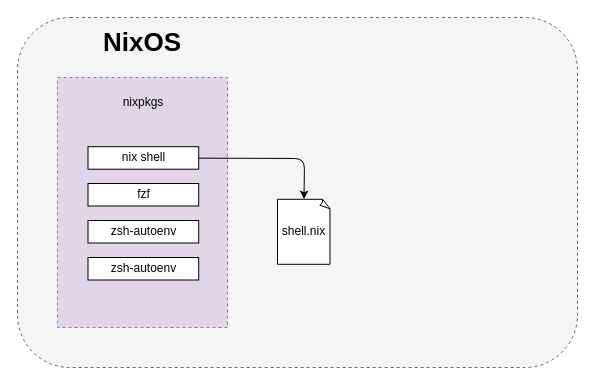
This is posts/coder-and-nix/static/nix_tooling.drawio from coder/blogs, a draw.io file, before an edit. Source tidied: cells renumbered, new cells numbered last; positions are measured from the earlier drawing's top-left corner, leaving out a move shared by most shapes. Both pictures are drawn from the tidied source at 100%, with x=0, y=0 at pixel (17, 17).
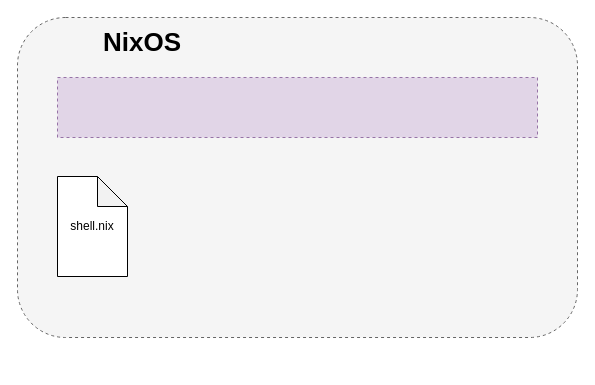
The same diagram, later.

Diff of the diagram source:
```diff
@@
 <mxGraphModel>
   <root>
     <mxCell id="0" />
     <mxCell id="1" parent="0" />
     <mxCell id="2" style="rounded=1;whiteSpace=wrap;html=1;dashed=1;fillColor=#f5f5f5;fontColor=#333333;strokeColor=#666666;" parent="1" vertex="1">
-      <mxGeometry width="560" height="350" as="geometry" />
+      <mxGeometry width="560" height="320" as="geometry" />
     </mxCell>
-    <mxCell id="3" style="group;rounded=1;" parent="1" vertex="1">
-      <mxGeometry x="40" y="60" width="170" height="250" as="geometry" />
-    </mxCell>
-    <mxCell id="4" style="rounded=0;whiteSpace=wrap;html=1;fillColor=#e1d5e7;strokeColor=#9673a6;dashed=1;" parent="3" vertex="1">
-      <mxGeometry width="170" height="250" as="geometry" />
+    <mxCell id="4" style="rounded=0;whiteSpace=wrap;html=1;fillColor=#e1d5e7;strokeColor=#9673a6;dashed=1;" parent="1" vertex="1">
+      <mxGeometry x="40" y="60" width="480" height="60" as="geometry" />
     </mxCell>
-    <mxCell id="5" value="nixpkgs" style="text;html=1;strokeColor=none;fillColor=none;align=center;verticalAlign=middle;whiteSpace=wrap;rounded=0;" parent="3" vertex="1">
-      <mxGeometry x="1.6" width="168.4" height="49" as="geometry" />
-    </mxCell>
-    <mxCell id="6" value="nix shell" style="rounded=0;whiteSpace=wrap;html=1;" parent="3" vertex="1">
-      <mxGeometry x="30.5" y="69.2" width="110.7" height="22.5" as="geometry" />
-    </mxCell>
-    <mxCell id="7" value="fzf" style="rounded=0;whiteSpace=wrap;html=1;" parent="3" vertex="1">
-      <mxGeometry x="30.5" y="106" width="110.7" height="22.5" as="geometry" />
-    </mxCell>
-    <mxCell id="8" value="zsh-autoenv" style="rounded=0;whiteSpace=wrap;html=1;" parent="3" vertex="1">
-      <mxGeometry x="30.5" y="143" width="110.7" height="22.5" as="geometry" />
-    </mxCell>
-    <mxCell id="9" value="zsh-autoenv" style="rounded=0;whiteSpace=wrap;html=1;" parent="3" vertex="1">
-      <mxGeometry x="30.5" y="180" width="110.7" height="22.5" as="geometry" />
-    </mxCell>
+    <mxCell id="12" value="NixOS" style="text;html=1;strokeColor=none;fillColor=none;align=center;verticalAlign=middle;whiteSpace=wrap;rounded=0;dashed=1;fontStyle=1;fontSize=26;" parent="1" vertex="1">
+      <mxGeometry x="95" y="10" width="60" height="30" as="geometry" />
+    </mxCell>
-    <mxCell id="10" value="shell.nix" style="whiteSpace=wrap;html=1;shape=mxgraph.basic.document;" parent="1" vertex="1">
-      <mxGeometry x="260" y="181.8" width="53" height="65" as="geometry" />
+    <mxCell id="10" value="shell.nix" style="shape=note;whiteSpace=wrap;html=1;backgroundOutline=1;darkOpacity=0.05;rounded=1;fontSize=12;" parent="1" vertex="1">
+      <mxGeometry x="40" y="159" width="70" height="100" as="geometry" />
     </mxCell>
-    <mxCell id="11" style="edgeStyle=none;html=1;entryX=0.5;entryY=0;entryDx=0;entryDy=0;entryPerimeter=0;" parent="1" edge="1" source="6" target="10">
-      <mxGeometry relative="1" as="geometry">
-        <Array as="points">
-          <mxPoint x="287" y="141" />
-        </Array>
-      </mxGeometry>
-    </mxCell>
-    <mxCell id="12" value="NixOS" style="text;html=1;strokeColor=none;fillColor=none;align=center;verticalAlign=middle;whiteSpace=wrap;rounded=0;dashed=1;fontStyle=1;fontSize=26;" parent="1" vertex="1">
-      <mxGeometry x="95" y="10" width="60" height="30" as="geometry" />
-    </mxCell>
   </root>
 </mxGraphModel>
```
